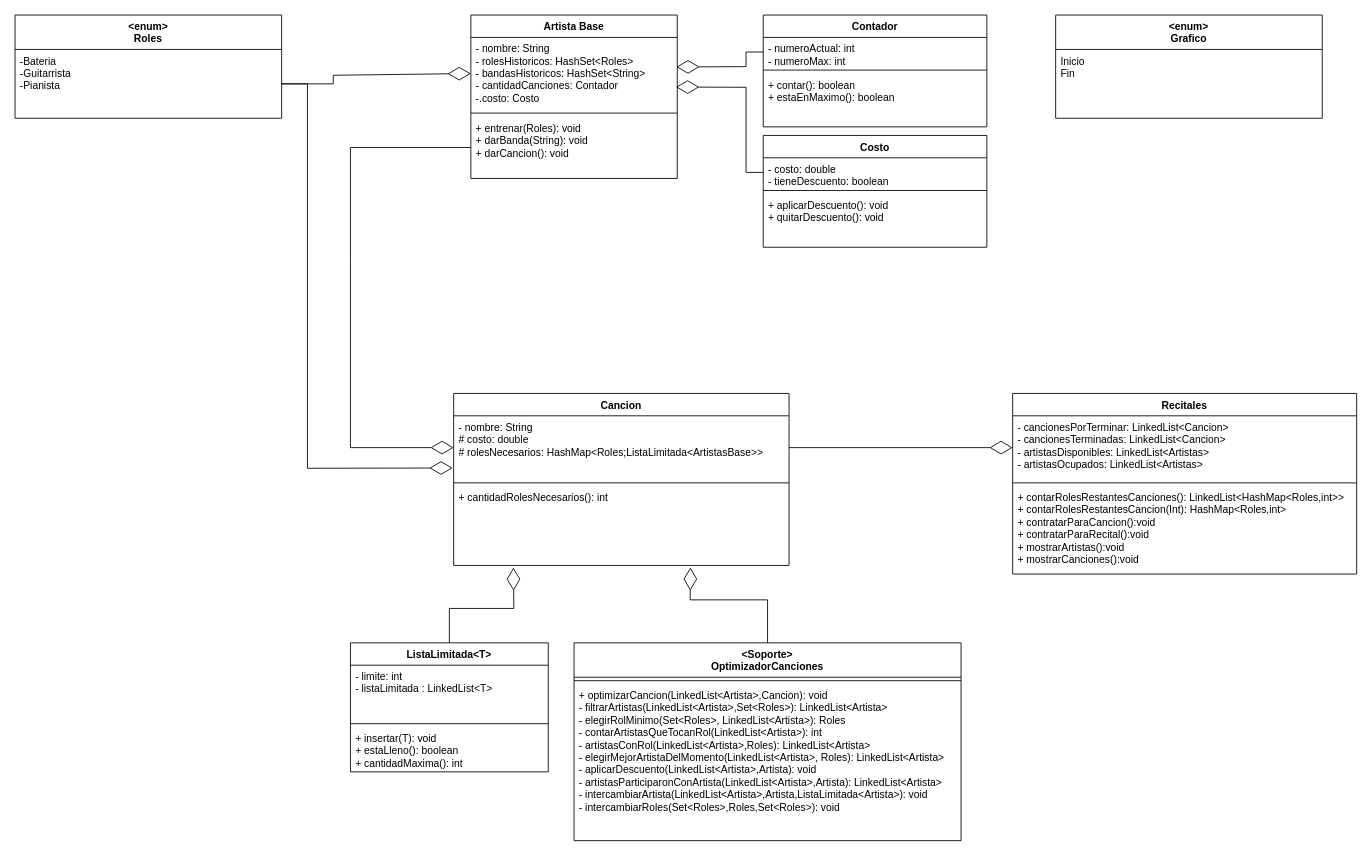
Earlier version of the draw.io diagram UML/UML.drawio (Potasio54321/Paradigmas-TP). Source tidied: cells renumbered, new cells numbered last; positions are measured from the earlier drawing's top-left corner, leaving out a move shared by most shapes. Both pictures are drawn from the tidied source at 86%, with x=0, y=0 at pixel (15, 15).
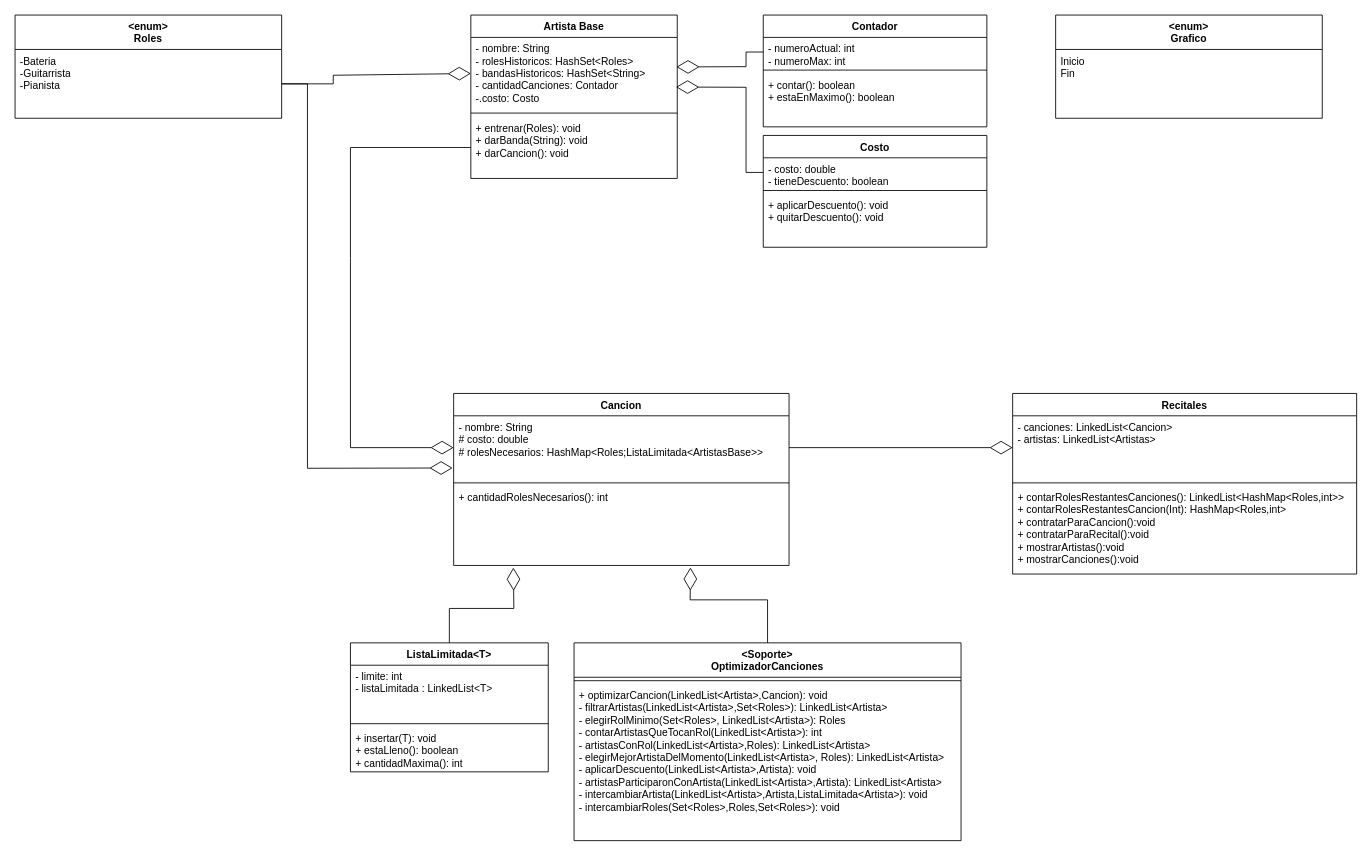
The same page after the edit.

Commit message (it also covers changes not shown here):
Puse El listado de canciones y el optimizador de recital

The change refers to these unchanged cells:
```xml
<mxCell id="18" value="Recitales" style="swimlane;fontStyle=1;align=center;verticalAlign=top;horizontal=1;startSize=26;whiteSpace=wrap;html=1;" parent="1" vertex="1">
  <mxGeometry x="1160" y="440" width="400" height="210" as="geometry" />
</mxCell>
```

Diff of the diagram source:
```diff
@@
-    <mxCell id="19" value="- cancionesPorTerminar: LinkedList&amp;lt;Cancion&amp;gt;&lt;div&gt;- cancionesTerminadas: LinkedList&amp;lt;Cancion&amp;gt;&lt;br&gt;&lt;div&gt;- artistasDisponibles: LinkedList&amp;lt;Artistas&amp;gt;&lt;/div&gt;&lt;div&gt;- artistasOcupados: LinkedList&amp;lt;Artistas&amp;gt;&lt;/div&gt;&lt;/div&gt;" style="text;strokeColor=none;fillColor=none;align=left;verticalAlign=top;spacingLeft=4;spacingRight=4;overflow=hidden;points=[[0,0.5],[1,0.5]];portConstraint=eastwest;whiteSpace=wrap;html=1;" parent="18" vertex="1">
+    <mxCell id="19" value="- canciones: LinkedList&amp;lt;Cancion&amp;gt;&lt;div&gt;&lt;div&gt;- artistas: LinkedList&amp;lt;Artistas&amp;gt;&lt;/div&gt;&lt;div&gt;&lt;br&gt;&lt;/div&gt;&lt;/div&gt;" style="text;strokeColor=none;fillColor=none;align=left;verticalAlign=top;spacingLeft=4;spacingRight=4;overflow=hidden;points=[[0,0.5],[1,0.5]];portConstraint=eastwest;whiteSpace=wrap;html=1;" parent="18" vertex="1">
       <mxGeometry y="26" width="400" height="74" as="geometry" />
     </mxCell>
```
